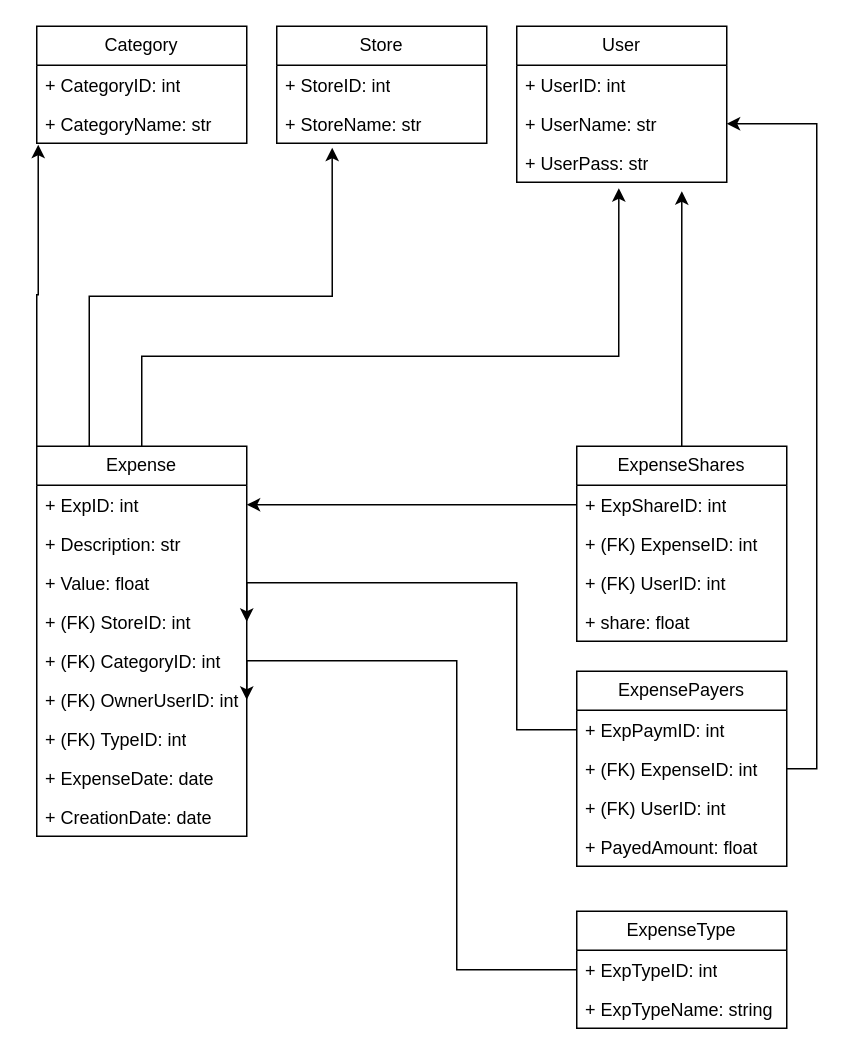
Earlier version of the draw.io diagram database.drawio (ESilva15/ExpSplitter). Source tidied: cells renumbered, new cells numbered last; positions are measured from the earlier drawing's top-left corner, leaving out a move shared by most shapes. Both pictures are drawn from the tidied source at 150%, with x=0, y=0 at pixel (36, 26).
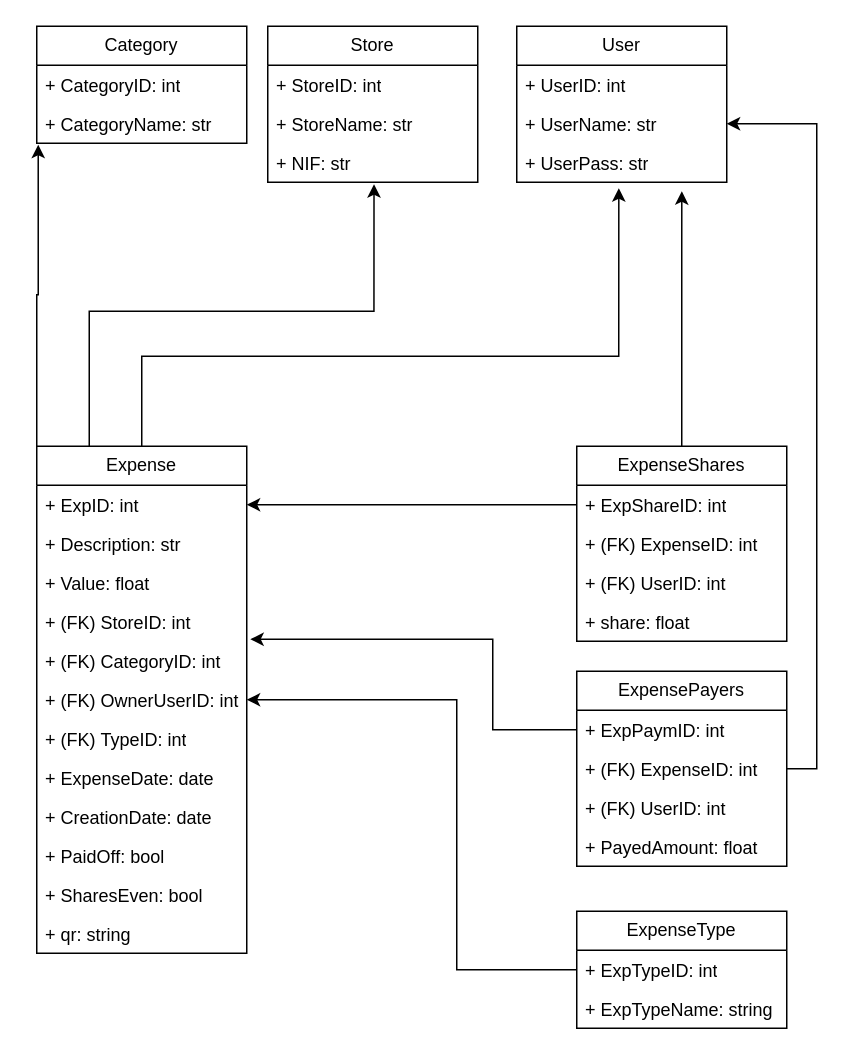
Above is the later version.

The change refers to these unchanged cells:
```xml
<mxCell id="6" value="+ (FK) StoreID: int&amp;nbsp;" style="text;strokeColor=none;fillColor=none;align=left;verticalAlign=top;spacingLeft=4;spacingRight=4;overflow=hidden;points=[[0,0.5],[1,0.5]];portConstraint=eastwest;whiteSpace=wrap;html=1;" parent="2" vertex="1">
  <mxGeometry y="104" width="140" height="26" as="geometry" />
</mxCell>
<mxCell id="7" value="+ (FK) CategoryID: int" style="text;strokeColor=none;fillColor=none;align=left;verticalAlign=top;spacingLeft=4;spacingRight=4;overflow=hidden;points=[[0,0.5],[1,0.5]];portConstraint=eastwest;whiteSpace=wrap;html=1;" parent="2" vertex="1">
  <mxGeometry y="130" width="140" height="26" as="geometry" />
</mxCell>
<mxCell id="8" value="+ (FK) Owner&lt;span style=&quot;background-color: initial;&quot;&gt;User&lt;/span&gt;&lt;span style=&quot;background-color: initial;&quot;&gt;ID: int&lt;/span&gt;" style="text;strokeColor=none;fillColor=none;align=left;verticalAlign=top;spacingLeft=4;spacingRight=4;overflow=hidden;points=[[0,0.5],[1,0.5]];portConstraint=eastwest;whiteSpace=wrap;html=1;" parent="2" vertex="1">
  <mxGeometry y="156" width="140" height="26" as="geometry" />
</mxCell>
<mxCell id="17" value="+ StoreName: str" style="text;strokeColor=none;fillColor=none;align=left;verticalAlign=top;spacingLeft=4;spacingRight=4;overflow=hidden;points=[[0,0.5],[1,0.5]];portConstraint=eastwest;whiteSpace=wrap;html=1;" parent="15" vertex="1">
  <mxGeometry y="52" width="140" height="26" as="geometry" />
</mxCell>
<mxCell id="23" value="+ ExpPaymID: int" style="text;strokeColor=none;fillColor=none;align=left;verticalAlign=top;spacingLeft=4;spacingRight=4;overflow=hidden;points=[[0,0.5],[1,0.5]];portConstraint=eastwest;whiteSpace=wrap;html=1;" parent="22" vertex="1">
  <mxGeometry y="26" width="140" height="26" as="geometry" />
</mxCell>
<mxCell id="39" value="+ ExpTypeID: int" style="text;strokeColor=none;fillColor=none;align=left;verticalAlign=top;spacingLeft=4;spacingRight=4;overflow=hidden;points=[[0,0.5],[1,0.5]];portConstraint=eastwest;whiteSpace=wrap;html=1;" parent="38" vertex="1">
  <mxGeometry y="26" width="140" height="26" as="geometry" />
</mxCell>
```

What changed in the source:
```diff
@@
     <mxCell id="2" value="Expense" style="swimlane;fontStyle=0;horizontal=1;startSize=26;fillColor=none;whiteSpace=wrap;html=1;" parent="1" vertex="1">
-      <mxGeometry y="280" width="140" height="260" as="geometry" />
+      <mxGeometry y="280" width="140" height="338" as="geometry" />
     </mxCell>
@@
+    <mxCell id="43" value="+ PaidOff&lt;span style=&quot;background-color: initial;&quot;&gt;: bool&lt;/span&gt;" style="text;strokeColor=none;fillColor=none;align=left;verticalAlign=top;spacingLeft=4;spacingRight=4;overflow=hidden;whiteSpace=wrap;html=1;" parent="2" vertex="1">
+      <mxGeometry y="260" width="140" height="26" as="geometry" />
+    </mxCell>
+    <mxCell id="44" value="+ SharesEven&lt;span style=&quot;background-color: initial;&quot;&gt;: bool&lt;/span&gt;" style="text;strokeColor=none;fillColor=none;align=left;verticalAlign=top;spacingLeft=4;spacingRight=4;overflow=hidden;whiteSpace=wrap;html=1;" parent="2" vertex="1">
+      <mxGeometry y="286" width="140" height="26" as="geometry" />
+    </mxCell>
+    <mxCell id="45" value="+ qr&lt;span style=&quot;background-color: initial;&quot;&gt;: string&lt;/span&gt;" style="text;strokeColor=none;fillColor=none;align=left;verticalAlign=top;spacingLeft=4;spacingRight=4;overflow=hidden;whiteSpace=wrap;html=1;" parent="2" vertex="1">
+      <mxGeometry y="312" width="140" height="26" as="geometry" />
+    </mxCell>
@@
     <mxCell id="15" value="Store" style="swimlane;fontStyle=0;horizontal=1;startSize=26;fillColor=none;whiteSpace=wrap;html=1;" parent="1" vertex="1">
-      <mxGeometry x="160" width="140" height="78" as="geometry" />
+      <mxGeometry x="154" width="140" height="104" as="geometry" />
     </mxCell>
@@
+    <mxCell id="46" value="+ NIF: str" style="text;strokeColor=none;fillColor=none;align=left;verticalAlign=top;spacingLeft=4;spacingRight=4;overflow=hidden;points=[[0,0.5],[1,0.5]];portConstraint=eastwest;whiteSpace=wrap;html=1;" parent="15" vertex="1">
+      <mxGeometry y="78" width="140" height="26" as="geometry" />
+    </mxCell>
@@
-    <mxCell id="33" style="edgeStyle=orthogonalEdgeStyle;rounded=0;jettySize=auto;html=1;exitX=0.25;exitY=0;exitDx=0;exitDy=0;entryX=0.264;entryY=1.115;entryDx=0;entryDy=0;entryPerimeter=0;" parent="1" edge="1" source="2" target="17">
-      <mxGeometry relative="1" as="geometry">
-        <Array as="points">
-          <mxPoint x="35" y="180" />
-          <mxPoint x="197" y="180" />
-        </Array>
-      </mxGeometry>
-    </mxCell>
@@
-    <mxCell id="41" style="edgeStyle=orthogonalEdgeStyle;rounded=0;jettySize=auto;html=1;exitX=0;exitY=0.5;exitDx=0;exitDy=0;entryX=1;entryY=0.5;entryDx=0;entryDy=0;" parent="1" edge="1" source="23" target="6">
-      <mxGeometry relative="1" as="geometry">
-        <Array as="points">
-          <mxPoint x="320" y="469" />
-          <mxPoint x="320" y="371" />
-        </Array>
-      </mxGeometry>
-    </mxCell>
     <mxCell id="42" style="edgeStyle=orthogonalEdgeStyle;rounded=0;jettySize=auto;html=1;exitX=0;exitY=0.5;exitDx=0;exitDy=0;entryX=1;entryY=0.5;entryDx=0;entryDy=0;" parent="1" edge="1" source="39" target="8">
       <mxGeometry relative="1" as="geometry">
         <Array as="points">
           <mxPoint x="280" y="629" />
-          <mxPoint x="280" y="423" />
+          <mxPoint x="280" y="449" />
         </Array>
       </mxGeometry>
     </mxCell>
+    <mxCell id="47" style="edgeStyle=orthogonalEdgeStyle;rounded=0;jettySize=auto;html=1;exitX=0;exitY=0.5;exitDx=0;exitDy=0;entryX=1.017;entryY=-0.051;entryDx=0;entryDy=0;entryPerimeter=0;" parent="1" edge="1" source="23" target="7">
+      <mxGeometry relative="1" as="geometry">
+        <Array as="points">
+          <mxPoint x="304" y="469" />
+          <mxPoint x="304" y="409" />
+        </Array>
+      </mxGeometry>
+    </mxCell>
+    <mxCell id="48" style="edgeStyle=orthogonalEdgeStyle;rounded=0;jettySize=auto;html=1;exitX=0.25;exitY=0;exitDx=0;exitDy=0;entryX=0.506;entryY=1.051;entryDx=0;entryDy=0;entryPerimeter=0;" parent="1" edge="1" source="2" target="46">
+      <mxGeometry relative="1" as="geometry">
+        <Array as="points">
+          <mxPoint x="35" y="190" />
+          <mxPoint x="225" y="190" />
+        </Array>
+      </mxGeometry>
+    </mxCell>
```
